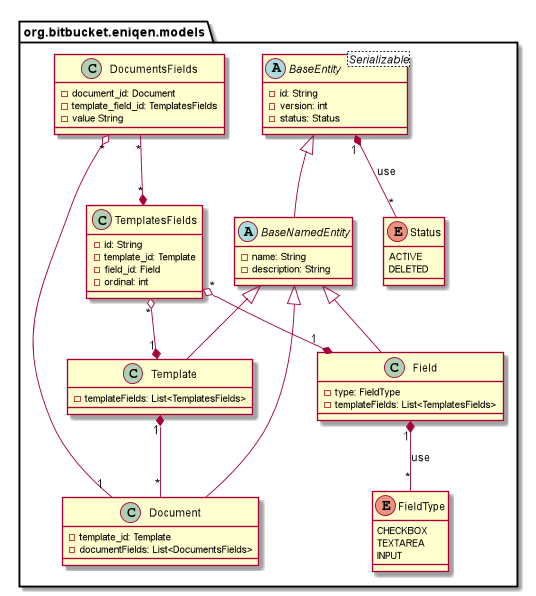
The PlantUML diagram diagrams/png/ts_model.png in eniqen/template.system, before a commit.
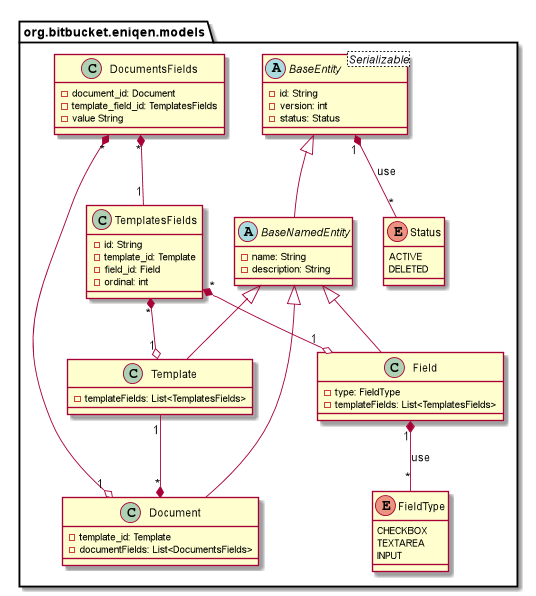
Above is the later version.

Commit message:
правки по UML

What changed in the source:
```diff
@@ -59,13 +59,13 @@
     BaseNamedEntity <|-- Template
     BaseNamedEntity <|-- Document
 
-    TemplatesFields "*" o--* "1" Template
-    TemplatesFields "*" o--* "1" Field
+    TemplatesFields "*" *--o "1" Template
+    TemplatesFields "*" *--o "1" Field
 
-    DocumentsFields "*" --* "*" TemplatesFields
-    DocumentsFields "*" o-- "1" Document
+    DocumentsFields "*" *-- "1" TemplatesFields
+    DocumentsFields "*" *--o "1" Document
 
-    Template "1" *-- "*" Document
+    Template "1" --* "*" Document
     Field "1" *-- "*" FieldType : use
 }
 
```
